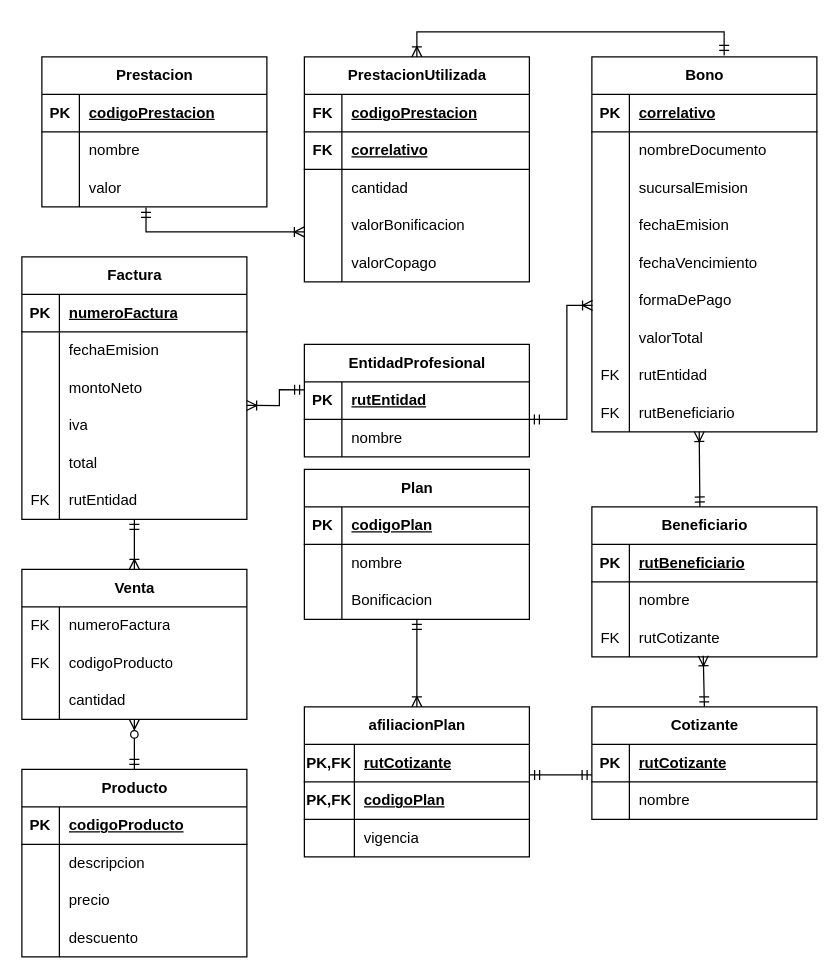
Above: tarea22.drawio in C-bastian-compila/diagrams.net (draw.io), before the change. Source tidied: cells renumbered, new cells numbered last; positions are measured from the earlier drawing's top-left corner, leaving out a move shared by most shapes. Both pictures are drawn from the tidied source at 125%, with x=0, y=0 at pixel (21, 31).
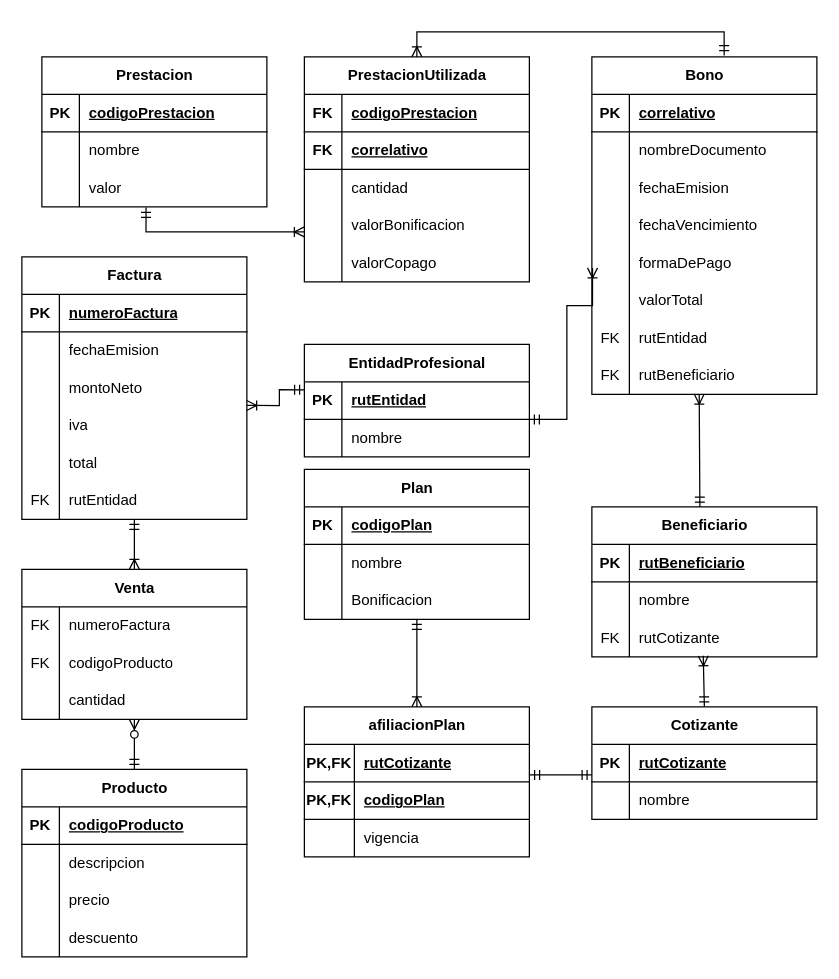
Above is the later version.

Diff of the diagram source:
```diff
@@
     <mxCell id="46" value="Bono" style="shape=table;startSize=30;childLayout=tableLayout;rowLines=0;fontStyle=1;align=center;html=1;" parent="1" vertex="1">
-      <mxGeometry x="456" y="20" width="180" height="300" as="geometry" />
+      <mxGeometry x="456" y="20" width="180" height="270" as="geometry" />
     </mxCell>
@@
-    <mxCell id="53" style="shape=tableRow;horizontal=0;startSize=0;swimlaneHead=0;swimlaneBody=0;fillColor=none;top=0;left=0;right=0;bottom=0;" parent="46" vertex="1">
-      <mxGeometry y="90" width="180" height="30" as="geometry" />
-    </mxCell>
-    <mxCell id="54" style="shape=partialRectangle;fillColor=none;top=0;left=0;bottom=0;right=0;overflow=hidden;whiteSpace=wrap;html=1;" parent="53" vertex="1">
-      <mxGeometry width="30" height="30" as="geometry" />
-    </mxCell>
-    <mxCell id="55" value="sucursalEmision" style="shape=partialRectangle;fillColor=none;top=0;left=0;bottom=0;right=0;align=left;spacingLeft=6;overflow=hidden;whiteSpace=wrap;html=1;" parent="53" vertex="1">
-      <mxGeometry x="30" width="150" height="30" as="geometry" />
-    </mxCell>
     <mxCell id="56" style="shape=tableRow;horizontal=0;startSize=0;swimlaneHead=0;swimlaneBody=0;fillColor=none;top=0;left=0;right=0;bottom=0;" parent="46" vertex="1">
-      <mxGeometry y="120" width="180" height="30" as="geometry" />
+      <mxGeometry y="90" width="180" height="30" as="geometry" />
     </mxCell>
@@
     <mxCell id="59" style="shape=tableRow;horizontal=0;startSize=0;swimlaneHead=0;swimlaneBody=0;fillColor=none;top=0;left=0;right=0;bottom=0;" parent="46" vertex="1">
-      <mxGeometry y="150" width="180" height="30" as="geometry" />
+      <mxGeometry y="120" width="180" height="30" as="geometry" />
     </mxCell>
@@
     <mxCell id="62" style="shape=tableRow;horizontal=0;startSize=0;swimlaneHead=0;swimlaneBody=0;fillColor=none;points=[[0,0.5],[1,0.5]];portConstraint=eastwest;top=0;left=0;right=0;bottom=0;" parent="46" vertex="1">
-      <mxGeometry y="180" width="180" height="30" as="geometry" />
+      <mxGeometry y="150" width="180" height="30" as="geometry" />
     </mxCell>
@@
     <mxCell id="65" style="shape=tableRow;horizontal=0;startSize=0;swimlaneHead=0;swimlaneBody=0;fillColor=none;top=0;left=0;right=0;bottom=0;" parent="46" vertex="1">
-      <mxGeometry y="210" width="180" height="30" as="geometry" />
+      <mxGeometry y="180" width="180" height="30" as="geometry" />
     </mxCell>
@@
     <mxCell id="68" style="shape=tableRow;horizontal=0;startSize=0;swimlaneHead=0;swimlaneBody=0;fillColor=none;top=0;left=0;right=0;bottom=0;" parent="46" vertex="1">
-      <mxGeometry y="240" width="180" height="30" as="geometry" />
+      <mxGeometry y="210" width="180" height="30" as="geometry" />
     </mxCell>
@@
     <mxCell id="71" style="shape=tableRow;horizontal=0;startSize=0;swimlaneHead=0;swimlaneBody=0;fillColor=none;points=[[0,0.5],[1,0.5]];portConstraint=eastwest;top=0;left=0;right=0;bottom=0;" parent="46" vertex="1">
-      <mxGeometry y="270" width="180" height="30" as="geometry" />
+      <mxGeometry y="240" width="180" height="30" as="geometry" />
     </mxCell>
```
